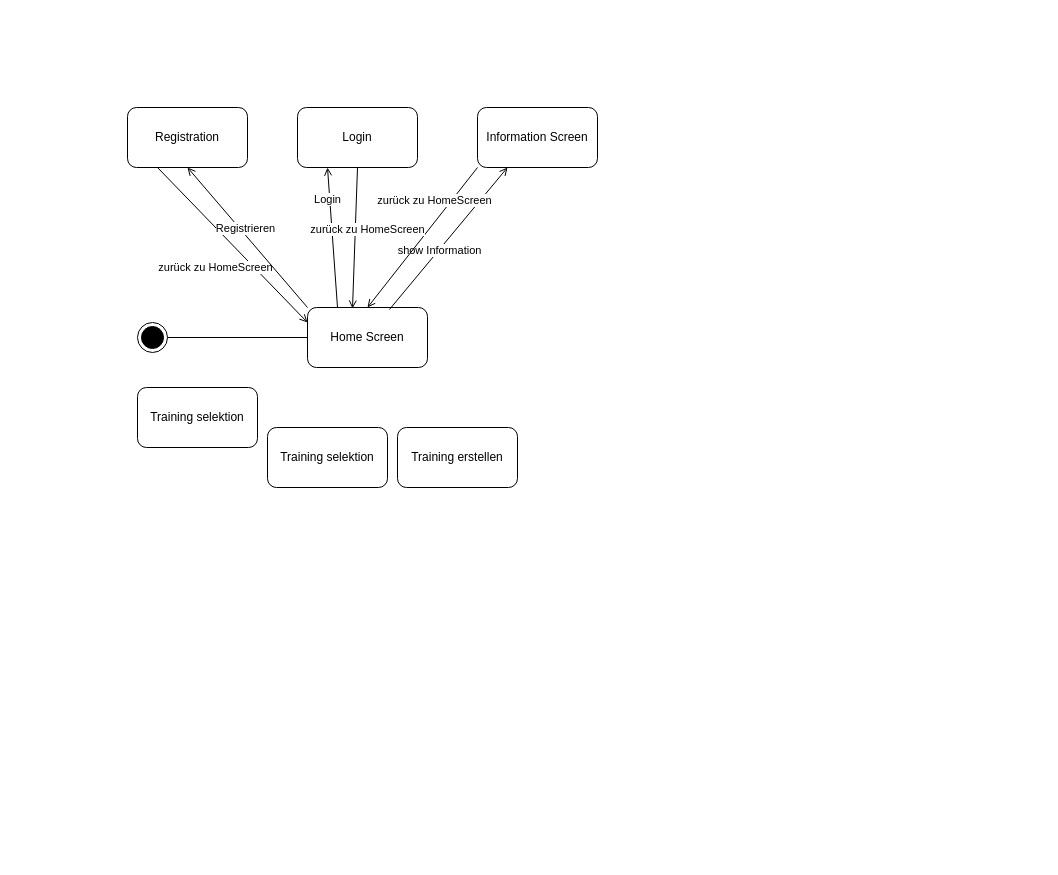
andrinnn6789/FootballAdministrationsApp keeps this draw.io diagram as StateDiagramm.drawio. Above is the earlier version. Source tidied: cells renumbered, new cells numbered last; positions are measured from the earlier drawing's top-left corner, leaving out a move shared by most shapes. Both pictures are drawn from the tidied source at 100%, with x=0, y=0 at pixel (127, 107).
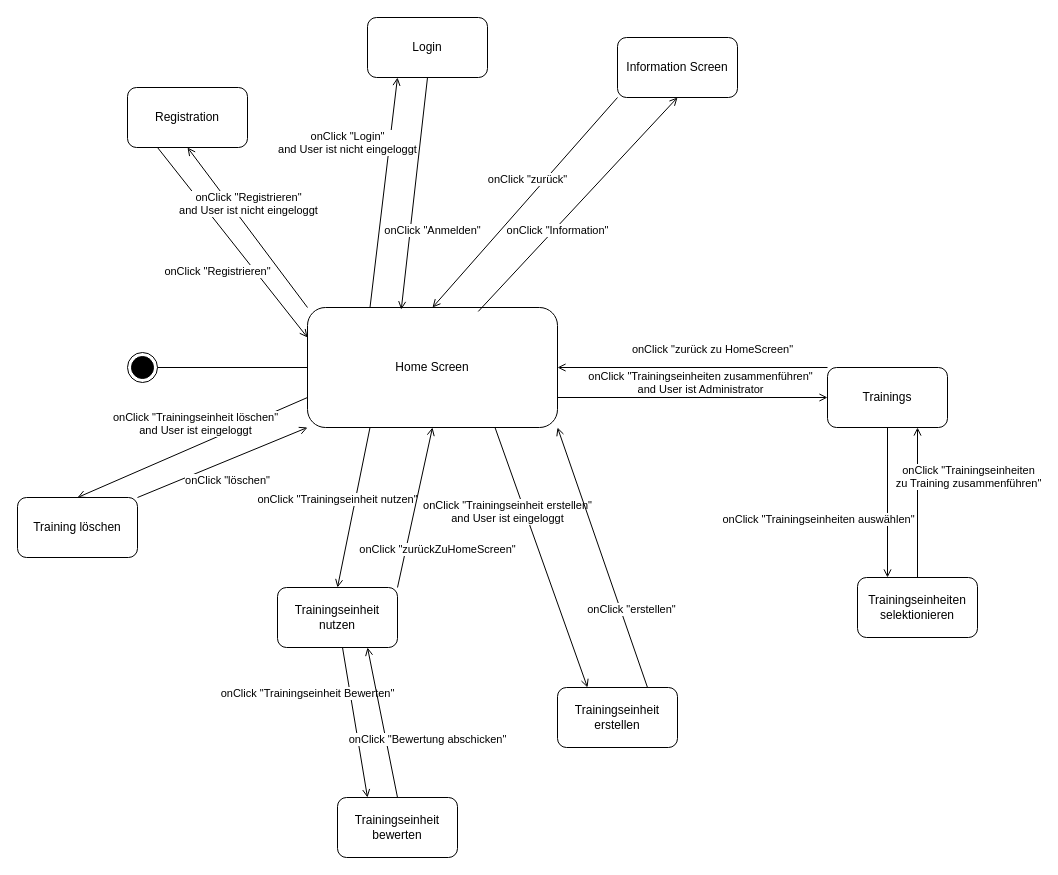
After the change.

The change refers to these unchanged cells:
```xml
<mxCell id="8" style="endArrow=none;html=1;rounded=0;entryX=0;entryY=1;entryDx=0;entryDy=0;exitX=0.5;exitY=0;exitDx=0;exitDy=0;endFill=0;startArrow=open;startFill=0;" parent="1" edge="1" source="3" target="5">
  <mxGeometry relative="1" as="geometry" />
</mxCell>
<mxCell id="12" style="endArrow=none;html=1;rounded=0;entryX=0.25;entryY=1;entryDx=0;entryDy=0;exitX=0;exitY=0.25;exitDx=0;exitDy=0;endFill=0;startArrow=open;startFill=0;" parent="1" edge="1" source="3" target="10">
  <mxGeometry relative="1" as="geometry" />
</mxCell>
<mxCell id="14" style="endArrow=open;html=1;rounded=0;entryX=0.5;entryY=1;entryDx=0;entryDy=0;endFill=0;exitX=0;exitY=0;exitDx=0;exitDy=0;" parent="1" edge="1" source="3" target="10">
  <mxGeometry relative="1" as="geometry" />
</mxCell>
<mxCell id="16" style="endArrow=open;html=1;rounded=0;entryX=0.25;entryY=1;entryDx=0;entryDy=0;endFill=0;exitX=0.25;exitY=0;exitDx=0;exitDy=0;" parent="1" edge="1" source="3" target="11">
  <mxGeometry relative="1" as="geometry" />
</mxCell>
<mxCell id="18" style="endArrow=none;html=1;rounded=0;entryX=0.5;entryY=1;entryDx=0;entryDy=0;exitX=0.375;exitY=0.017;exitDx=0;exitDy=0;endFill=0;startArrow=open;startFill=0;exitPerimeter=0;" parent="1" edge="1" source="3" target="11">
  <mxGeometry relative="1" as="geometry" />
</mxCell>
```

Change to the diagram source:
```diff
@@
     <mxCell id="2" style="ellipse;html=1;shape=endState;fillColor=strokeColor;" parent="1" vertex="1">
-      <mxGeometry x="10" y="215" width="30" height="30" as="geometry" />
+      <mxGeometry y="245" width="30" height="30" as="geometry" />
     </mxCell>
     <mxCell id="3" value="Home Screen" style="rounded=1;whiteSpace=wrap;html=1;" parent="1" vertex="1">
-      <mxGeometry x="180" y="200" width="120" height="60" as="geometry" />
+      <mxGeometry x="180" y="200" width="250" height="120" as="geometry" />
     </mxCell>
@@
     <mxCell id="5" value="Information Screen" style="rounded=1;whiteSpace=wrap;html=1;" parent="1" vertex="1">
-      <mxGeometry x="350" width="120" height="60" as="geometry" />
+      <mxGeometry x="490" y="-70" width="120" height="60" as="geometry" />
     </mxCell>
-    <mxCell id="6" style="endArrow=open;html=1;rounded=0;entryX=0.25;entryY=1;entryDx=0;entryDy=0;endFill=0;exitX=0.683;exitY=0.033;exitDx=0;exitDy=0;exitPerimeter=0;" parent="1" edge="1" source="3" target="5">
+    <mxCell id="6" style="endArrow=open;html=1;rounded=0;entryX=0.5;entryY=1;entryDx=0;entryDy=0;endFill=0;exitX=0.683;exitY=0.033;exitDx=0;exitDy=0;exitPerimeter=0;" parent="1" edge="1" source="3" target="5">
       <mxGeometry relative="1" as="geometry" />
     </mxCell>
-    <mxCell id="7" value="show Information" style="edgeLabel;html=1;align=center;verticalAlign=bottom;" parent="6" vertex="1">
+    <mxCell id="7" value="onClick &quot;Information&quot;" style="edgeLabel;html=1;align=center;verticalAlign=bottom;" parent="6" vertex="1">
       <mxGeometry x="-0.39" y="-1" relative="1" as="geometry">
-        <mxPoint x="13" y="-9" as="offset" />
+        <mxPoint x="17" y="-9" as="offset" />
       </mxGeometry>
     </mxCell>
@@
-    <mxCell id="9" value="zurück zu HomeScreen" style="edgeLabel;html=1;align=center;verticalAlign=bottom;labelPosition=center;verticalLabelPosition=middle;" parent="8" vertex="1">
+    <mxCell id="9" value="onClick &quot;zurück&quot;" style="edgeLabel;html=1;align=center;verticalAlign=bottom;labelPosition=center;verticalLabelPosition=middle;" parent="8" vertex="1">
       <mxGeometry x="-0.39" y="-1" relative="1" as="geometry">
-        <mxPoint x="32" y="-57" as="offset" />
+        <mxPoint x="38" y="-57" as="offset" />
       </mxGeometry>
     </mxCell>
     <mxCell id="10" value="Registration" style="rounded=1;whiteSpace=wrap;html=1;" parent="1" vertex="1">
-      <mxGeometry width="120" height="60" as="geometry" />
+      <mxGeometry y="-20" width="120" height="60" as="geometry" />
     </mxCell>
     <mxCell id="11" value="Login" style="rounded=1;whiteSpace=wrap;html=1;" parent="1" vertex="1">
-      <mxGeometry x="170" width="120" height="60" as="geometry" />
+      <mxGeometry x="240" y="-90" width="120" height="60" as="geometry" />
     </mxCell>
@@
-    <mxCell id="13" value="zurück zu HomeScreen" style="edgeLabel;html=1;align=center;verticalAlign=bottom;" parent="12" vertex="1">
+    <mxCell id="13" value="onClick &quot;Registrieren&quot;" style="edgeLabel;html=1;align=center;verticalAlign=bottom;" parent="12" vertex="1">
       <mxGeometry x="-0.39" y="-1" relative="1" as="geometry">
-        <mxPoint x="-47" y="1" as="offset" />
+        <mxPoint x="-45" y="1" as="offset" />
       </mxGeometry>
     </mxCell>
@@
-    <mxCell id="15" value="Registrieren" style="edgeLabel;html=1;align=center;verticalAlign=bottom;" parent="14" vertex="1">
+    <mxCell id="15" value="onClick &quot;Registrieren&quot;&lt;br&gt;and User ist nicht eingeloggt" style="edgeLabel;html=1;align=center;verticalAlign=bottom;" parent="14" vertex="1">
       <mxGeometry x="-0.39" y="-1" relative="1" as="geometry">
-        <mxPoint x="-27" y="-28" as="offset" />
+        <mxPoint x="-24" y="-40" as="offset" />
       </mxGeometry>
     </mxCell>
@@
-    <mxCell id="17" value="Login" style="edgeLabel;html=1;align=center;verticalAlign=bottom;" parent="16" vertex="1">
+    <mxCell id="17" value="onClick &quot;Login&quot;&lt;br&gt;and User ist nicht eingeloggt" style="edgeLabel;html=1;align=center;verticalAlign=bottom;" parent="16" vertex="1">
       <mxGeometry x="-0.39" y="-1" relative="1" as="geometry">
-        <mxPoint x="-8" y="-57" as="offset" />
+        <mxPoint x="-32" y="-80" as="offset" />
       </mxGeometry>
     </mxCell>
@@
-    <mxCell id="19" value="zurück zu HomeScreen" style="edgeLabel;html=1;align=center;verticalAlign=bottom;" parent="18" vertex="1">
+    <mxCell id="19" value="onClick &quot;Anmelden&quot;" style="edgeLabel;html=1;align=center;verticalAlign=bottom;" parent="18" vertex="1">
       <mxGeometry x="-0.39" y="-1" relative="1" as="geometry">
-        <mxPoint x="12" y="-28" as="offset" />
+        <mxPoint x="22" y="-1" as="offset" />
       </mxGeometry>
     </mxCell>
-    <mxCell id="20" value="Training erstellen" style="rounded=1;whiteSpace=wrap;html=1;" parent="1" vertex="1">
-      <mxGeometry x="270" y="320" width="120" height="60" as="geometry" />
+    <mxCell id="20" value="Trainingseinheit bewerten" style="rounded=1;whiteSpace=wrap;html=1;" parent="1" vertex="1">
+      <mxGeometry x="210" y="690" width="120" height="60" as="geometry" />
     </mxCell>
-    <mxCell id="21" value="Training selektion" style="rounded=1;whiteSpace=wrap;html=1;" parent="1" vertex="1">
-      <mxGeometry x="10" y="280" width="120" height="60" as="geometry" />
+    <mxCell id="21" value="Training löschen" style="rounded=1;whiteSpace=wrap;html=1;" parent="1" vertex="1">
+      <mxGeometry x="-110" y="390" width="120" height="60" as="geometry" />
     </mxCell>
-    <mxCell id="22" value="Training selektion" style="rounded=1;whiteSpace=wrap;html=1;" parent="1" vertex="1">
-      <mxGeometry x="140" y="320" width="120" height="60" as="geometry" />
+    <mxCell id="22" value="Trainingseinheit nutzen" style="rounded=1;whiteSpace=wrap;html=1;" parent="1" vertex="1">
+      <mxGeometry x="150" y="480" width="120" height="60" as="geometry" />
     </mxCell>
+    <mxCell id="23" style="endArrow=open;html=1;rounded=0;entryX=0.5;entryY=0;entryDx=0;entryDy=0;endFill=0;exitX=0;exitY=0.75;exitDx=0;exitDy=0;" parent="1" edge="1" source="3" target="21">
+      <mxGeometry relative="1" as="geometry" />
+    </mxCell>
+    <mxCell id="24" value="onClick &quot;Trainingseinheit löschen&quot;&lt;br&gt;and User ist eingeloggt" style="edgeLabel;html=1;align=center;verticalAlign=bottom;" parent="23" vertex="1">
+      <mxGeometry x="-0.39" y="-1" relative="1" as="geometry">
+        <mxPoint x="-42" y="12" as="offset" />
+      </mxGeometry>
+    </mxCell>
+    <mxCell id="25" style="endArrow=open;html=1;rounded=0;entryX=0.5;entryY=0;entryDx=0;entryDy=0;endFill=0;exitX=0.25;exitY=1;exitDx=0;exitDy=0;" parent="1" edge="1" source="3" target="22">
+      <mxGeometry relative="1" as="geometry" />
+    </mxCell>
+    <mxCell id="26" value="onClick &quot;Trainingseinheit nutzen&quot;" style="edgeLabel;html=1;align=center;verticalAlign=bottom;" parent="25" vertex="1">
+      <mxGeometry x="-0.39" y="-1" relative="1" as="geometry">
+        <mxPoint x="-22" y="31" as="offset" />
+      </mxGeometry>
+    </mxCell>
+    <mxCell id="27" style="endArrow=open;html=1;rounded=0;entryX=0;entryY=1;entryDx=0;entryDy=0;endFill=0;exitX=1;exitY=0;exitDx=0;exitDy=0;" parent="1" edge="1" source="21" target="3">
+      <mxGeometry relative="1" as="geometry" />
+    </mxCell>
+    <mxCell id="28" value="onClick &quot;löschen&quot;" style="edgeLabel;html=1;align=center;verticalAlign=bottom;" parent="27" vertex="1">
+      <mxGeometry x="-0.39" y="-1" relative="1" as="geometry">
+        <mxPoint x="37" y="11" as="offset" />
+      </mxGeometry>
+    </mxCell>
+    <mxCell id="29" style="endArrow=open;html=1;rounded=0;entryX=0.25;entryY=0;entryDx=0;entryDy=0;endFill=0;" parent="1" edge="1" source="22" target="20">
+      <mxGeometry relative="1" as="geometry" />
+    </mxCell>
+    <mxCell id="30" value="onClick &quot;Trainingseinheit Bewerten&quot;" style="edgeLabel;html=1;align=center;verticalAlign=bottom;" parent="29" vertex="1">
+      <mxGeometry x="-0.39" y="-1" relative="1" as="geometry">
+        <mxPoint x="-42" y="8" as="offset" />
+      </mxGeometry>
+    </mxCell>
+    <mxCell id="31" style="endArrow=open;html=1;rounded=0;entryX=0.75;entryY=1;entryDx=0;entryDy=0;endFill=0;exitX=0.5;exitY=0;exitDx=0;exitDy=0;" parent="1" edge="1" source="20" target="22">
+      <mxGeometry relative="1" as="geometry" />
+    </mxCell>
+    <mxCell id="32" value="onClick &quot;Bewertung abschicken&quot;" style="edgeLabel;html=1;align=center;verticalAlign=bottom;" parent="31" vertex="1">
+      <mxGeometry x="-0.39" y="-1" relative="1" as="geometry">
+        <mxPoint x="38" y="-4" as="offset" />
+      </mxGeometry>
+    </mxCell>
+    <mxCell id="33" value="Trainingseinheit erstellen" style="rounded=1;whiteSpace=wrap;html=1;" parent="1" vertex="1">
+      <mxGeometry x="430" y="580" width="120" height="60" as="geometry" />
+    </mxCell>
+    <mxCell id="34" style="endArrow=open;html=1;rounded=0;entryX=0.25;entryY=0;entryDx=0;entryDy=0;endFill=0;exitX=0.75;exitY=1;exitDx=0;exitDy=0;" parent="1" edge="1" source="3" target="33">
+      <mxGeometry relative="1" as="geometry" />
+    </mxCell>
+    <mxCell id="35" value="onClick &quot;Trainingseinheit erstellen&quot;&lt;br&gt;and User ist eingeloggt" style="edgeLabel;html=1;align=center;verticalAlign=bottom;" parent="34" vertex="1">
+      <mxGeometry x="-0.39" y="-1" relative="1" as="geometry">
+        <mxPoint x="-15" y="20" as="offset" />
+      </mxGeometry>
+    </mxCell>
+    <mxCell id="36" style="endArrow=open;html=1;rounded=0;entryX=1;entryY=1;entryDx=0;entryDy=0;endFill=0;exitX=0.75;exitY=0;exitDx=0;exitDy=0;" parent="1" edge="1" source="33" target="3">
+      <mxGeometry relative="1" as="geometry" />
+    </mxCell>
+    <mxCell id="37" value="onClick &quot;erstellen&quot;" style="edgeLabel;html=1;align=center;verticalAlign=bottom;" parent="36" vertex="1">
+      <mxGeometry x="-0.39" y="-1" relative="1" as="geometry">
+        <mxPoint x="10" y="10" as="offset" />
+      </mxGeometry>
+    </mxCell>
+    <mxCell id="38" value="Trainings" style="rounded=1;whiteSpace=wrap;html=1;" parent="1" vertex="1">
+      <mxGeometry x="700" y="260" width="120" height="60" as="geometry" />
+    </mxCell>
+    <mxCell id="39" style="endArrow=open;html=1;rounded=0;entryX=0;entryY=0.5;entryDx=0;entryDy=0;endFill=0;exitX=1;exitY=0.75;exitDx=0;exitDy=0;" parent="1" edge="1" source="3" target="38">
+      <mxGeometry relative="1" as="geometry" />
+    </mxCell>
+    <mxCell id="40" value="onClick &quot;Trainingseinheiten zusammenführen&quot;&lt;br&gt;and User ist Administrator" style="edgeLabel;html=1;align=center;verticalAlign=bottom;" parent="39" vertex="1">
+      <mxGeometry x="-0.39" y="-1" relative="1" as="geometry">
+        <mxPoint x="60" y="-1" as="offset" />
+      </mxGeometry>
+    </mxCell>
+    <mxCell id="41" value="Trainingseinheiten selektionieren" style="rounded=1;whiteSpace=wrap;html=1;" parent="1" vertex="1">
+      <mxGeometry x="730" y="470" width="120" height="60" as="geometry" />
+    </mxCell>
+    <mxCell id="42" style="endArrow=open;html=1;rounded=0;entryX=0.25;entryY=0;entryDx=0;entryDy=0;endFill=0;exitX=0.5;exitY=1;exitDx=0;exitDy=0;" parent="1" edge="1" source="38" target="41">
+      <mxGeometry relative="1" as="geometry" />
+    </mxCell>
+    <mxCell id="43" value="onClick &quot;Trainingseinheiten auswählen&quot;" style="edgeLabel;html=1;align=center;verticalAlign=bottom;" parent="42" vertex="1">
+      <mxGeometry x="-0.39" y="-1" relative="1" as="geometry">
+        <mxPoint x="-69" y="54" as="offset" />
+      </mxGeometry>
+    </mxCell>
+    <mxCell id="44" style="endArrow=open;html=1;rounded=0;entryX=0.75;entryY=1;entryDx=0;entryDy=0;endFill=0;exitX=0.5;exitY=0;exitDx=0;exitDy=0;" parent="1" edge="1" source="41" target="38">
+      <mxGeometry relative="1" as="geometry" />
+    </mxCell>
+    <mxCell id="45" value="onClick &quot;Trainingseinheiten&lt;br&gt;zu Training zusammenführen&quot;" style="edgeLabel;html=1;align=center;verticalAlign=bottom;" parent="44" vertex="1">
+      <mxGeometry x="-0.39" y="-1" relative="1" as="geometry">
+        <mxPoint x="49" y="-40" as="offset" />
+      </mxGeometry>
+    </mxCell>
+    <mxCell id="46" style="endArrow=open;html=1;rounded=0;entryX=1;entryY=0.5;entryDx=0;entryDy=0;endFill=0;exitX=0;exitY=0;exitDx=0;exitDy=0;" parent="1" edge="1" source="38" target="3">
+      <mxGeometry relative="1" as="geometry" />
+    </mxCell>
+    <mxCell id="47" value="onClick &quot;zurück zu HomeScreen&quot;" style="edgeLabel;html=1;align=center;verticalAlign=bottom;" parent="46" vertex="1">
+      <mxGeometry x="-0.39" y="-1" relative="1" as="geometry">
+        <mxPoint x="-34" y="-9" as="offset" />
+      </mxGeometry>
+    </mxCell>
+    <mxCell id="48" style="endArrow=open;html=1;rounded=0;entryX=0.5;entryY=1;entryDx=0;entryDy=0;endFill=0;exitX=1;exitY=0;exitDx=0;exitDy=0;" parent="1" edge="1" source="22" target="3">
+      <mxGeometry relative="1" as="geometry" />
+    </mxCell>
+    <mxCell id="49" value="onClick &quot;zurückZuHomeScreen&quot;" style="edgeLabel;html=1;align=center;verticalAlign=bottom;" parent="48" vertex="1">
+      <mxGeometry x="-0.39" y="-1" relative="1" as="geometry">
+        <mxPoint x="28" y="19" as="offset" />
+      </mxGeometry>
+    </mxCell>
```
